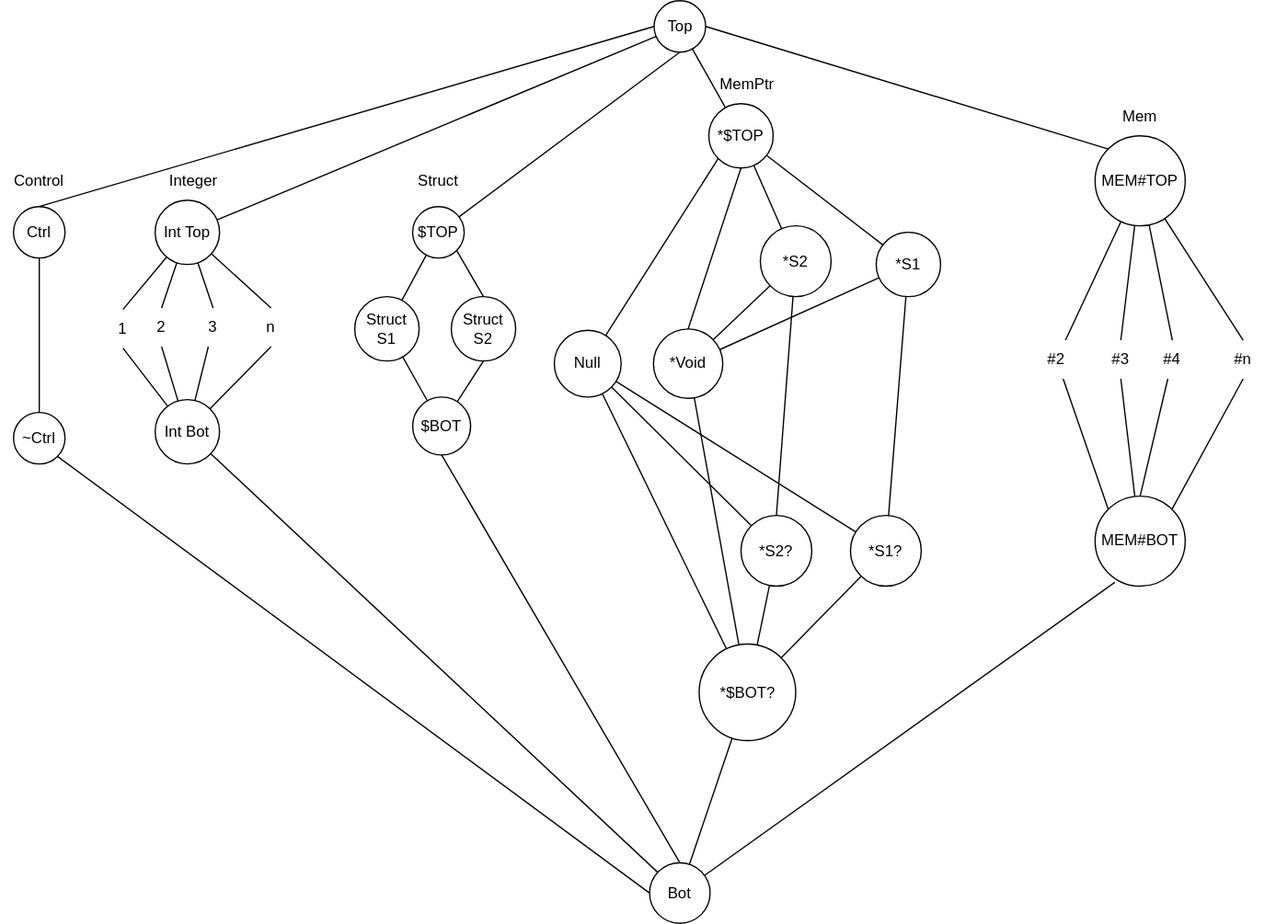
The draw.io diagram chapter10/docs/lattice.svg in SeaOfNodes/Simple, before a commit. Source tidied: cells renumbered, new cells last; positions are measured from the earlier drawing's top-left corner, leaving out a move shared by most shapes.
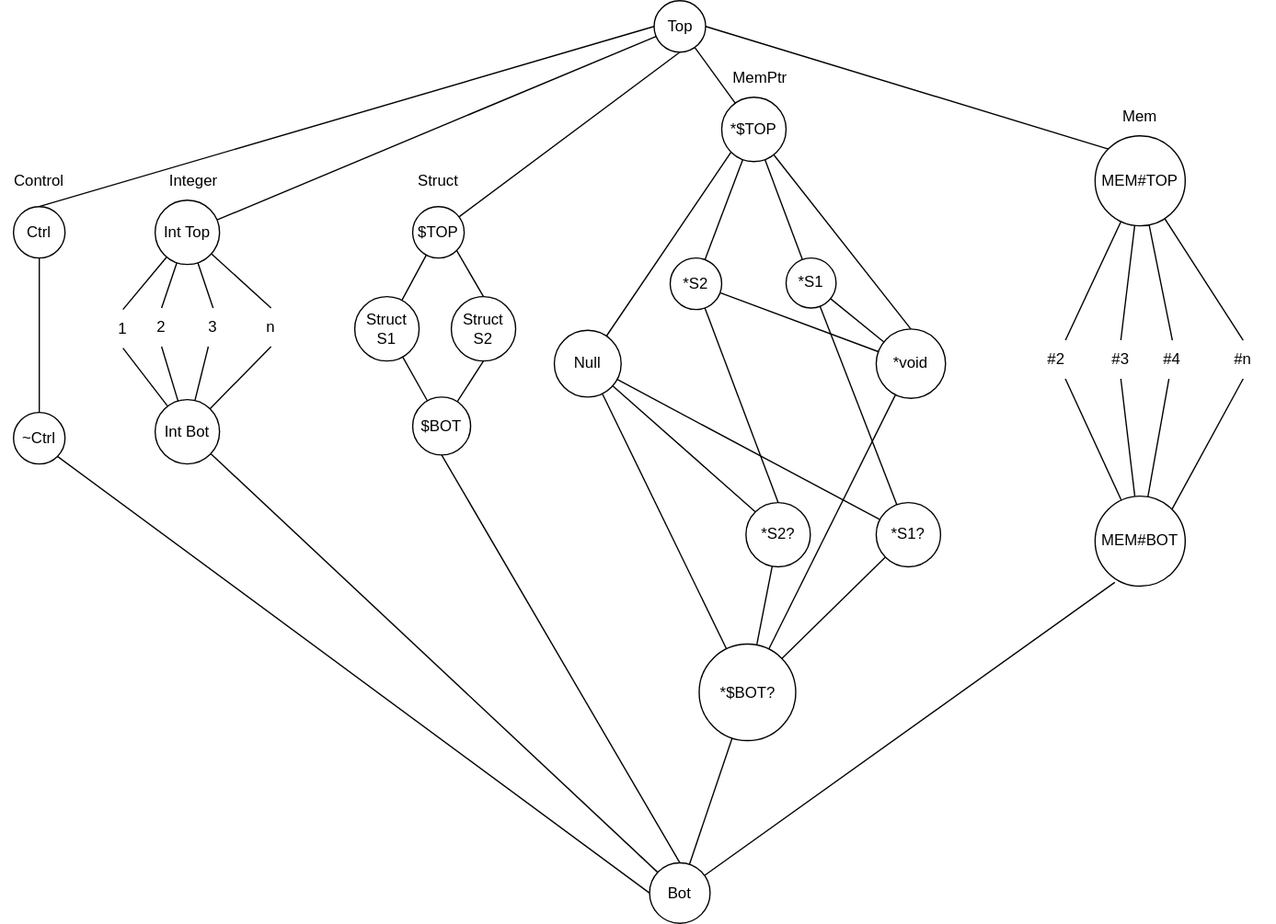
The same file after the commit.

Commit message:
#67 Revise lattice diagram and doc

The edit, as a diff of the source:
```diff
@@ -57,7 +57,7 @@
       <mxGeometry relative="1" as="geometry" />
     </mxCell>
     <mxCell id="20" value="*$TOP" style="ellipse;whiteSpace=wrap;html=1;" parent="1" vertex="1">
-      <mxGeometry x="550" y="80" width="50" height="50" as="geometry" />
+      <mxGeometry x="560" y="75" width="50" height="50" as="geometry" />
     </mxCell>
     <mxCell id="21" value="*$BOT?" style="ellipse;whiteSpace=wrap;html=1;" parent="1" vertex="1">
       <mxGeometry x="542.5" y="500" width="75" height="75" as="geometry" />
@@ -137,7 +137,7 @@
     <mxCell id="46" style="endArrow=none;html=1;" parent="1" edge="1" source="54" target="42">
       <mxGeometry relative="1" as="geometry" />
     </mxCell>
-    <mxCell id="47" style="endArrow=none;html=1;exitX=0;exitY=0;exitDx=0;exitDy=0;" parent="1" edge="1" source="55" target="54">
+    <mxCell id="47" style="endArrow=none;html=1;" parent="1" edge="1" source="55" target="54">
       <mxGeometry relative="1" as="geometry" />
     </mxCell>
     <mxCell id="48" style="endArrow=none;html=1;exitX=0.5;exitY=0;exitDx=0;exitDy=0;" parent="1" edge="1" source="43" target="42">
@@ -149,7 +149,7 @@
     <mxCell id="50" style="endArrow=none;html=1;exitX=0.5;exitY=0;exitDx=0;exitDy=0;" parent="1" edge="1" source="44" target="42">
       <mxGeometry relative="1" as="geometry" />
     </mxCell>
-    <mxCell id="51" style="endArrow=none;html=1;exitX=0.5;exitY=0;exitDx=0;exitDy=0;" parent="1" edge="1" source="55" target="44">
+    <mxCell id="51" style="endArrow=none;html=1;" parent="1" edge="1" source="55" target="44">
       <mxGeometry relative="1" as="geometry" />
     </mxCell>
     <mxCell id="52" style="endArrow=none;html=1;exitX=0.5;exitY=0;exitDx=0;exitDy=0;" parent="1" edge="1" source="45" target="42">
@@ -173,8 +173,8 @@
     <mxCell id="58" value="Null" style="ellipse;whiteSpace=wrap;html=1;" parent="1" vertex="1">
       <mxGeometry x="430" y="256.1" width="51.9" height="51.9" as="geometry" />
     </mxCell>
-    <mxCell id="59" value="*Void" style="ellipse;whiteSpace=wrap;html=1;" parent="1" vertex="1">
-      <mxGeometry x="507" y="255.2" width="53.9" height="53.9" as="geometry" />
+    <mxCell id="59" value="*void" style="ellipse;whiteSpace=wrap;html=1;" parent="1" vertex="1">
+      <mxGeometry x="680" y="255.2" width="53.9" height="53.9" as="geometry" />
     </mxCell>
     <mxCell id="60" style="endArrow=none;html=1;" parent="1" edge="1" source="21" target="59">
       <mxGeometry relative="1" as="geometry" />
@@ -183,19 +183,19 @@
       <mxGeometry relative="1" as="geometry" />
     </mxCell>
     <mxCell id="62" value="*S1" style="ellipse;whiteSpace=wrap;html=1;" parent="1" vertex="1">
-      <mxGeometry x="680" y="180" width="50" height="50" as="geometry" />
+      <mxGeometry x="610" y="200" width="38.9" height="38.9" as="geometry" />
     </mxCell>
     <mxCell id="63" style="endArrow=none;html=1;" parent="1" edge="1" source="58" target="64">
       <mxGeometry relative="1" as="geometry" />
     </mxCell>
     <mxCell id="64" value="*S1?" style="ellipse;whiteSpace=wrap;html=1;" parent="1" vertex="1">
-      <mxGeometry x="660" y="400" width="55" height="55" as="geometry" />
+      <mxGeometry x="680" y="390" width="50" height="50" as="geometry" />
     </mxCell>
     <mxCell id="65" style="endArrow=none;html=1;" parent="1" edge="1" source="64" target="62">
       <mxGeometry relative="1" as="geometry" />
     </mxCell>
     <mxCell id="66" value="*S2" style="ellipse;whiteSpace=wrap;html=1;" parent="1" vertex="1">
-      <mxGeometry x="590" y="175" width="55" height="55" as="geometry" />
+      <mxGeometry x="520" y="200" width="40" height="40" as="geometry" />
     </mxCell>
     <mxCell id="67" style="endArrow=none;html=1;" parent="1" edge="1" source="20" target="66">
       <mxGeometry relative="1" as="geometry" />
@@ -207,7 +207,7 @@
       <mxGeometry relative="1" as="geometry" />
     </mxCell>
     <mxCell id="70" value="*S2?" style="ellipse;whiteSpace=wrap;html=1;" parent="1" vertex="1">
-      <mxGeometry x="575" y="400" width="55" height="55" as="geometry" />
+      <mxGeometry x="578.9" y="390" width="50" height="50" as="geometry" />
     </mxCell>
     <mxCell id="71" style="endArrow=none;html=1;exitX=0;exitY=0;exitDx=0;exitDy=0;" parent="1" edge="1" source="70" target="58">
       <mxGeometry relative="1" as="geometry" />
@@ -218,7 +218,7 @@
     <mxCell id="73" style="endArrow=none;html=1;" parent="1" edge="1" source="21" target="70">
       <mxGeometry relative="1" as="geometry" />
     </mxCell>
-    <mxCell id="74" style="endArrow=none;html=1;entryX=0.5;entryY=1;entryDx=0;entryDy=0;exitX=0.5;exitY=0;exitDx=0;exitDy=0;" parent="1" edge="1" source="59" target="20">
+    <mxCell id="74" style="endArrow=none;html=1;exitX=0.5;exitY=0;exitDx=0;exitDy=0;" parent="1" edge="1" source="59" target="20">
       <mxGeometry relative="1" as="geometry" />
     </mxCell>
     <mxCell id="75" value="Control" style="text;html=1;strokeColor=none;fillColor=none;align=center;verticalAlign=middle;whiteSpace=wrap;rounded=0;" parent="1" vertex="1">
@@ -231,7 +231,7 @@
       <mxGeometry x="310" y="125" width="60" height="30" as="geometry" />
     </mxCell>
     <mxCell id="78" value="MemPtr" style="text;html=1;strokeColor=none;fillColor=none;align=center;verticalAlign=middle;whiteSpace=wrap;rounded=0;" parent="1" vertex="1">
-      <mxGeometry x="550" y="50" width="60" height="30" as="geometry" />
+      <mxGeometry x="560" y="45" width="60" height="30" as="geometry" />
     </mxCell>
     <mxCell id="79" value="Mem" style="text;html=1;strokeColor=none;fillColor=none;align=center;verticalAlign=middle;whiteSpace=wrap;rounded=0;" parent="1" vertex="1">
       <mxGeometry x="855" y="75" width="60" height="30" as="geometry" />
```
